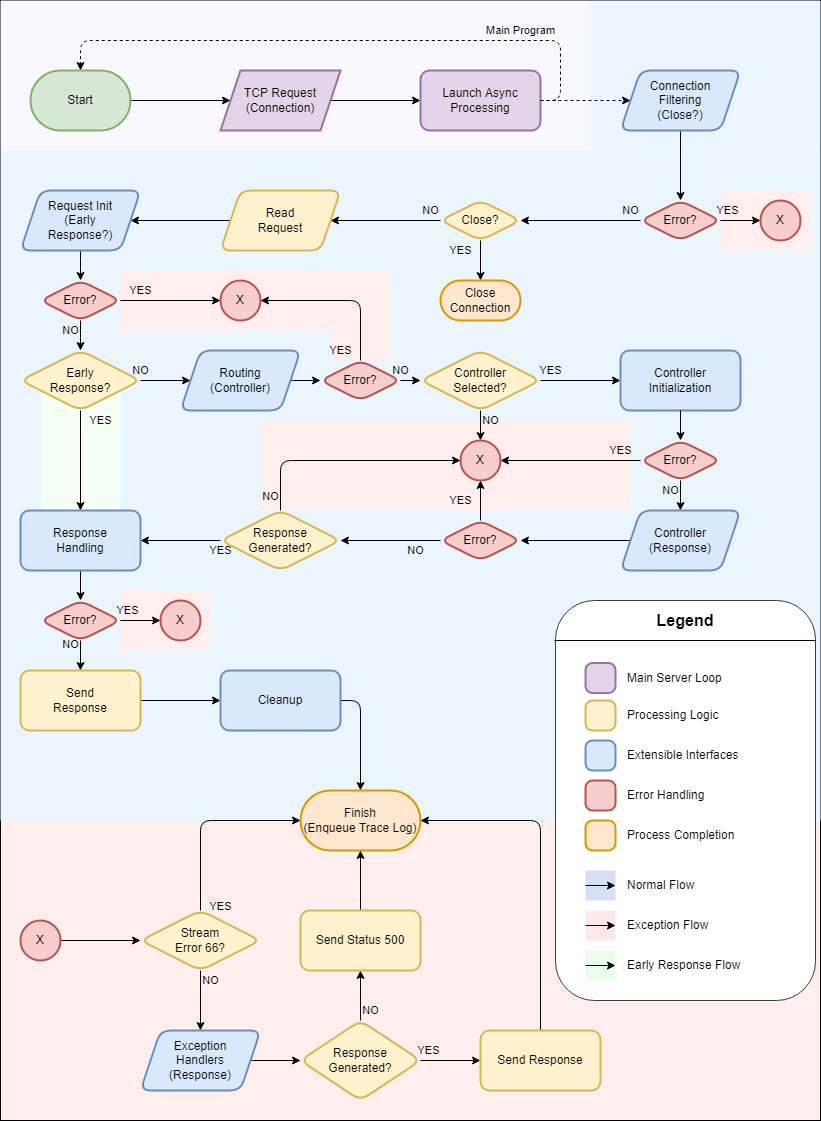
illuminated-g/lv-http-server keeps this draw.io diagram as Documentation/Request Flow.drawio.png. Above is the earlier version. Source tidied: cells renumbered, new cells last; positions are measured from the earlier drawing's top-left corner, leaving out a move shared by most shapes.
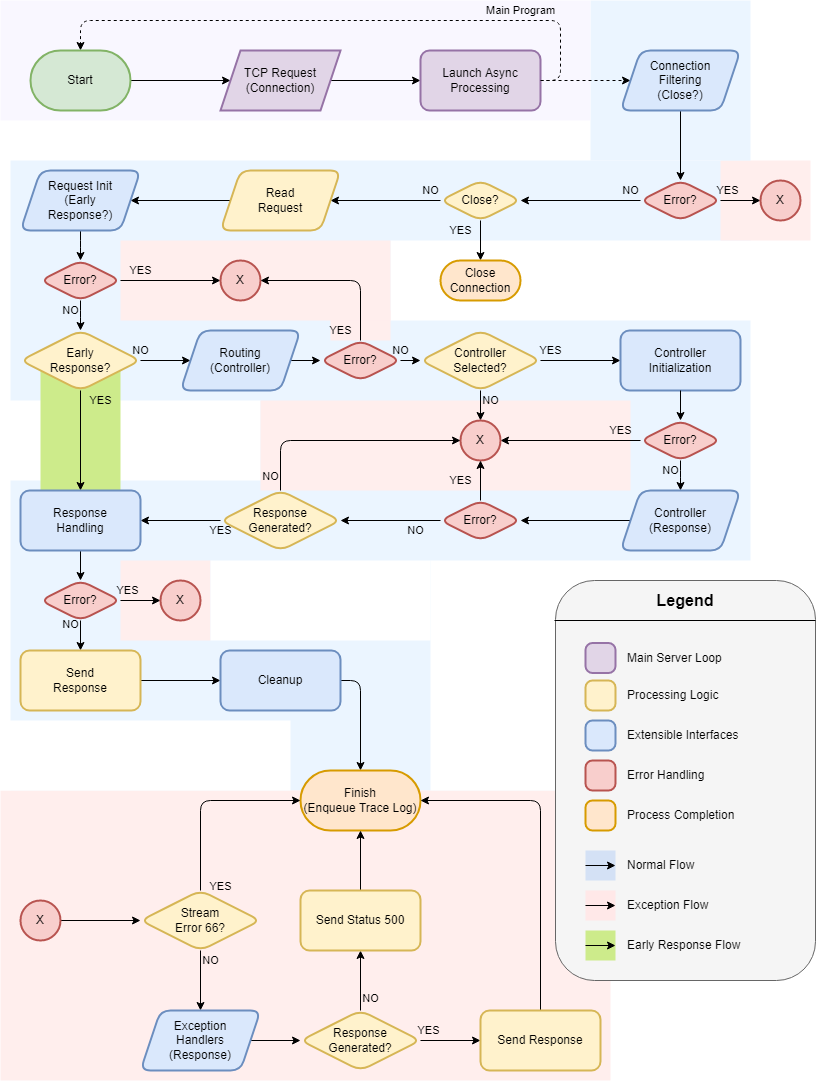
The same file after the commit.

Commit message:
I'm a manic fiddler... more flowchart tweaks

Diff of the diagram source:
```diff
@@ -1,24 +1,30 @@
-<mxGraphModel background="#FFFFFA">
+<mxGraphModel background="#FFFFFF">
   <root>
     <mxCell id="0" />
     <mxCell id="1" parent="0" />
+    <mxCell id="4" style="rounded=0;whiteSpace=wrap;html=1;shadow=0;glass=0;sketch=0;fillColor=#EBF5FF;strokeColor=none;" parent="1" vertex="1">
+      <mxGeometry x="10" y="180" width="740" height="630" as="geometry" />
+    </mxCell>
     <mxCell id="2" style="rounded=0;whiteSpace=wrap;html=1;shadow=0;glass=0;sketch=0;fillColor=#FFEEED;strokeColor=none;" parent="1" vertex="1">
-      <mxGeometry y="820" width="820" height="300" as="geometry" />
+      <mxGeometry y="810" width="610" height="290" as="geometry" />
     </mxCell>
-    <mxCell id="3" style="rounded=0;whiteSpace=wrap;html=1;fillColor=none;" parent="1" vertex="1">
-      <mxGeometry width="820" height="1120" as="geometry" />
-    </mxCell>
-    <mxCell id="4" style="rounded=0;whiteSpace=wrap;html=1;shadow=0;glass=0;sketch=0;fillColor=#EBF5FF;strokeColor=none;" parent="1" vertex="1">
-      <mxGeometry y="150" width="820" height="670" as="geometry" />
-    </mxCell>
+    <mxCell id="110" style="rounded=0;whiteSpace=wrap;html=1;shadow=0;glass=0;sketch=0;strokeColor=none;" parent="1" vertex="1">
+      <mxGeometry x="430" y="580" width="390" height="230" as="geometry" />
+    </mxCell>
+    <mxCell id="111" style="rounded=0;whiteSpace=wrap;html=1;shadow=0;glass=0;sketch=0;strokeColor=none;" parent="1" vertex="1">
+      <mxGeometry y="420" width="260" height="80" as="geometry" />
+    </mxCell>
+    <mxCell id="112" style="rounded=0;whiteSpace=wrap;html=1;shadow=0;glass=0;sketch=0;strokeColor=none;" parent="1" vertex="1">
+      <mxGeometry x="390" y="260" width="430" height="80" as="geometry" />
+    </mxCell>
-    <mxCell id="5" style="rounded=0;whiteSpace=wrap;html=1;shadow=0;glass=0;sketch=0;fillColor=#F5FFF5;strokeColor=none;" parent="1" vertex="1">
+    <mxCell id="5" style="rounded=0;whiteSpace=wrap;html=1;shadow=0;glass=0;sketch=0;fillColor=#cdeb8b;strokeColor=none;" parent="1" vertex="1">
       <mxGeometry x="40" y="390" width="80" height="130" as="geometry" />
     </mxCell>
     <mxCell id="6" style="rounded=0;whiteSpace=wrap;html=1;shadow=0;glass=0;sketch=0;fillColor=#FFEEED;strokeColor=none;" parent="1" vertex="1">
-      <mxGeometry x="120" y="590" width="90" height="60" as="geometry" />
+      <mxGeometry x="120" y="580" width="90" height="80" as="geometry" />
     </mxCell>
     <mxCell id="7" style="rounded=0;whiteSpace=wrap;html=1;shadow=0;glass=0;sketch=0;fillColor=#FFEEED;strokeColor=none;" parent="1" vertex="1">
-      <mxGeometry x="720" y="190" width="90" height="60" as="geometry" />
+      <mxGeometry x="720" y="180" width="90" height="80" as="geometry" />
     </mxCell>
     <mxCell id="8" style="rounded=0;whiteSpace=wrap;html=1;shadow=0;glass=0;sketch=0;fillColor=#FFEEED;strokeColor=none;" parent="1" vertex="1">
       <mxGeometry x="260" y="420" width="370" height="90" as="geometry" />
@@ -27,13 +33,13 @@
       <mxGeometry x="330" y="330" width="60" height="30" as="geometry" />
     </mxCell>
     <mxCell id="10" style="rounded=0;whiteSpace=wrap;html=1;shadow=0;glass=0;sketch=0;fillColor=#FFEEED;strokeColor=none;" parent="1" vertex="1">
-      <mxGeometry x="120" y="270" width="270" height="60" as="geometry" />
+      <mxGeometry x="120" y="260" width="270" height="80" as="geometry" />
     </mxCell>
     <mxCell id="11" style="rounded=0;whiteSpace=wrap;html=1;shadow=0;glass=0;sketch=0;fillColor=#EBF5FF;strokeColor=none;" parent="1" vertex="1">
-      <mxGeometry x="590" width="230" height="150" as="geometry" />
+      <mxGeometry x="590" y="20" width="160" height="160" as="geometry" />
     </mxCell>
     <mxCell id="12" style="rounded=0;whiteSpace=wrap;html=1;shadow=0;glass=0;sketch=0;fillColor=#F9F7FF;strokeColor=none;" parent="1" vertex="1">
-      <mxGeometry width="590" height="150" as="geometry" />
+      <mxGeometry y="20" width="590" height="120" as="geometry" />
     </mxCell>
     <mxCell id="13" style="edgeStyle=orthogonalEdgeStyle;rounded=0;jettySize=auto;html=1;exitX=1;exitY=0.5;exitDx=0;exitDy=0;exitPerimeter=0;" parent="1" edge="1" target="15">
       <mxGeometry relative="1" as="geometry">
@@ -253,7 +259,7 @@
       <mxGeometry x="-0.75" y="10" relative="1" as="geometry" />
     </mxCell>
     <mxCell id="79" value="Response&lt;br&gt;Generated?" style="rhombus;whiteSpace=wrap;html=1;fillColor=#fff2cc;strokeColor=#d6b656;rounded=1;strokeWidth=2;" parent="1" vertex="1">
-      <mxGeometry x="300" y="1020" width="120" height="80" as="geometry" />
+      <mxGeometry x="300" y="1030" width="120" height="60" as="geometry" />
     </mxCell>
     <mxCell id="80" style="edgeStyle=orthogonalEdgeStyle;rounded=1;jettySize=auto;html=1;exitX=0.5;exitY=0;exitDx=0;exitDy=0;entryX=0.5;entryY=1;entryDx=0;entryDy=0;" parent="1" edge="1" source="81" target="71">
       <mxGeometry relative="1" as="geometry" />
@@ -270,7 +276,7 @@
     <mxCell id="84" value="Close&lt;br&gt;Connection" style="whiteSpace=wrap;html=1;fillColor=#ffe6cc;strokeColor=#d79b00;rounded=1;strokeWidth=2;arcSize=50;" parent="1" vertex="1">
       <mxGeometry x="440" y="280" width="80" height="40" as="geometry" />
     </mxCell>
-    <mxCell id="85" style="rounded=1;whiteSpace=wrap;html=1;fillColor=#FFFFFF;strokeColor=#36393d;" parent="1" vertex="1">
+    <mxCell id="85" style="rounded=1;whiteSpace=wrap;html=1;fillColor=#f5f5f5;strokeColor=#666666;fontColor=#333333;" parent="1" vertex="1">
       <mxGeometry x="555" y="600" width="260" height="400" as="geometry" />
     </mxCell>
     <mxCell id="86" style="endArrow=none;html=1;rounded=1;" parent="1" edge="1">
@@ -330,7 +336,7 @@
     <mxCell id="103" value="Connection&lt;br&gt;Filtering&lt;br&gt;(Close?)" style="shape=parallelogram;perimeter=parallelogramPerimeter;whiteSpace=wrap;html=1;fixedSize=1;fillColor=#dae8fc;strokeColor=#6c8ebf;rounded=1;strokeWidth=2;" parent="1" vertex="1">
       <mxGeometry x="620" y="70" width="120" height="60" as="geometry" />
     </mxCell>
-    <mxCell id="104" style="rounded=0;whiteSpace=wrap;html=1;absoluteArcSize=1;arcSize=14;strokeWidth=2;fillColor=#E8FFE9;strokeColor=none;" parent="1" vertex="1">
+    <mxCell id="104" style="rounded=0;whiteSpace=wrap;html=1;absoluteArcSize=1;arcSize=14;strokeWidth=2;fillColor=#cdeb8b;strokeColor=none;" parent="1" vertex="1">
       <mxGeometry x="585" y="950" width="30" height="30" as="geometry" />
     </mxCell>
     <mxCell id="105" style="rounded=0;whiteSpace=wrap;html=1;absoluteArcSize=1;arcSize=14;strokeWidth=2;fillColor=#FFE8E8;strokeColor=none;" parent="1" vertex="1">
@@ -348,5 +354,11 @@
     <mxCell id="109" style="endArrow=classic;html=1;rounded=0;labelBackgroundColor=none;exitX=0;exitY=0.5;exitDx=0;exitDy=0;entryX=1;entryY=0.5;entryDx=0;entryDy=0;" parent="1" edge="1" source="106" target="106">
       <mxGeometry relative="1" as="geometry" />
     </mxCell>
+    <mxCell id="113" style="rounded=0;whiteSpace=wrap;html=1;shadow=0;glass=0;sketch=0;fillColor=default;strokeColor=none;" parent="1" vertex="1">
+      <mxGeometry x="210" y="580" width="220" height="80" as="geometry" />
+    </mxCell>
+    <mxCell id="114" style="rounded=0;whiteSpace=wrap;html=1;shadow=0;glass=0;sketch=0;fillColor=default;strokeColor=none;" parent="1" vertex="1">
+      <mxGeometry y="740" width="290" height="70" as="geometry" />
+    </mxCell>
   </root>
 </mxGraphModel>
```
